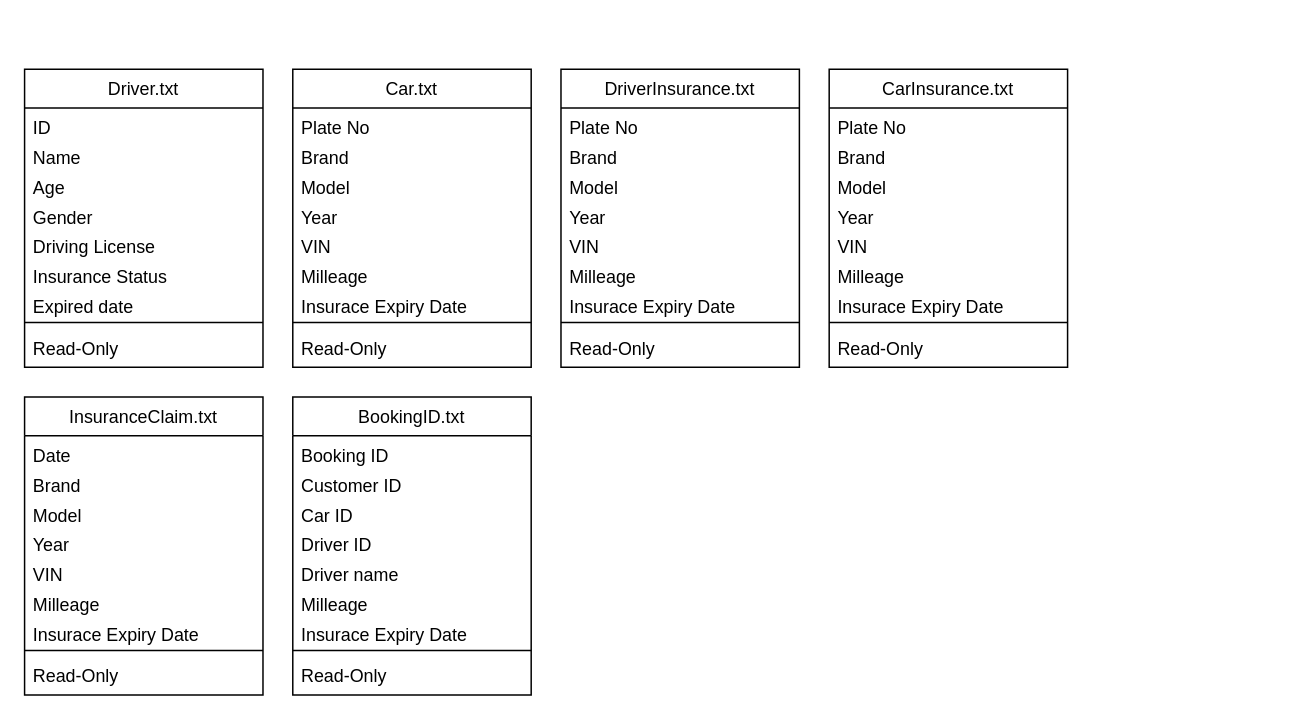
This is Capstone_Project/Untitled Diagram.drawio from Asyfulazhim/peneraju_machine_learning, a draw.io file, before an edit. Source tidied: cells renumbered, new cells numbered last; positions are measured from the earlier drawing's top-left corner, leaving out a move shared by most shapes. Both pictures are drawn from the tidied source at 149%, with x=0, y=0 at pixel (24, 69).
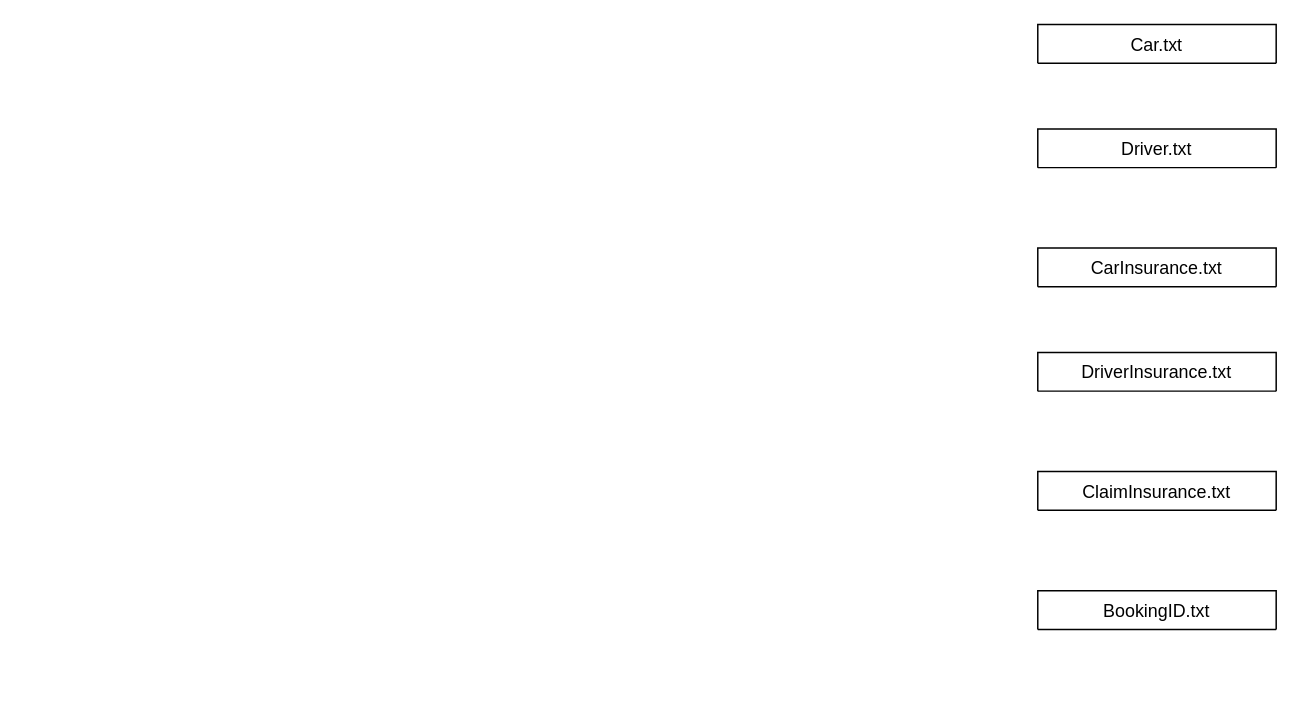
Above is the later version.

The edit, as a diff of the source:
```diff
@@
-    <mxCell id="2" value="Driver.txt" style="swimlane;fontStyle=0;align=center;verticalAlign=top;horizontal=1;startSize=26;rounded=0;shadow=0;strokeWidth=1;" parent="1" vertex="1">
-      <mxGeometry width="160" height="200" as="geometry" />
+    <mxCell id="2" value="Driver.txt" style="swimlane;fontStyle=0;align=center;verticalAlign=top;horizontal=1;startSize=26;rounded=0;shadow=0;strokeWidth=1;" parent="1" vertex="1" collapsed="1">
+      <mxGeometry x="680" y="40" width="160" height="26" as="geometry" />
     </mxCell>
-    <mxCell id="3" value="ID" style="text;align=left;verticalAlign=top;spacingLeft=4;spacingRight=4;overflow=hidden;" parent="2" vertex="1">
-      <mxGeometry y="26" width="160" height="20" as="geometry" />
-    </mxCell>
-    <mxCell id="4" value="Name" style="text;align=left;verticalAlign=top;spacingLeft=4;spacingRight=4;overflow=hidden;" parent="2" vertex="1">
-      <mxGeometry y="46" width="160" height="20" as="geometry" />
-    </mxCell>
-    <mxCell id="5" value="Age" style="text;align=left;verticalAlign=top;spacingLeft=4;spacingRight=4;overflow=hidden;" parent="2" vertex="1">
-      <mxGeometry y="66" width="160" height="20" as="geometry" />
-    </mxCell>
-    <mxCell id="6" value="Gender" style="text;align=left;verticalAlign=top;spacingLeft=4;spacingRight=4;overflow=hidden;" parent="2" vertex="1">
-      <mxGeometry y="86" width="160" height="20" as="geometry" />
-    </mxCell>
-    <mxCell id="7" value="Driving License" style="text;align=left;verticalAlign=top;spacingLeft=4;spacingRight=4;overflow=hidden;" parent="2" vertex="1">
-      <mxGeometry y="106" width="160" height="20" as="geometry" />
-    </mxCell>
-    <mxCell id="8" value="Insurance Status" style="text;align=left;verticalAlign=top;spacingLeft=4;spacingRight=4;overflow=hidden;" parent="2" vertex="1">
-      <mxGeometry y="126" width="160" height="20" as="geometry" />
-    </mxCell>
-    <mxCell id="9" value="Expired date" style="text;align=left;verticalAlign=top;spacingLeft=4;spacingRight=4;overflow=hidden;" parent="2" vertex="1">
-      <mxGeometry y="146" width="160" height="20" as="geometry" />
-    </mxCell>
-    <mxCell id="10" style="line;html=1;strokeWidth=1;align=left;verticalAlign=middle;spacingTop=-1;spacingLeft=3;spacingRight=3;labelPosition=right;" parent="2" vertex="1">
-      <mxGeometry y="166" width="160" height="8" as="geometry" />
-    </mxCell>
-    <mxCell id="11" value="Read-Only" style="text;align=left;verticalAlign=top;spacingLeft=4;spacingRight=4;overflow=hidden;" parent="2" vertex="1">
-      <mxGeometry y="174" width="160" height="16" as="geometry" />
-    </mxCell>
-    <mxCell id="12" value="Car.txt" style="swimlane;fontStyle=0;align=center;verticalAlign=top;horizontal=1;startSize=26;rounded=0;shadow=0;strokeWidth=1;" parent="1" vertex="1">
-      <mxGeometry x="180" width="160" height="200" as="geometry" />
+    <mxCell id="12" value="Car.txt" style="swimlane;fontStyle=0;align=center;verticalAlign=top;horizontal=1;startSize=26;rounded=0;shadow=0;strokeWidth=1;" parent="1" vertex="1" collapsed="1">
+      <mxGeometry x="680" y="-30" width="160" height="26" as="geometry" />
     </mxCell>
-    <mxCell id="13" value="Plate No" style="text;align=left;verticalAlign=top;spacingLeft=4;spacingRight=4;overflow=hidden;" parent="12" vertex="1">
-      <mxGeometry y="26" width="160" height="20" as="geometry" />
-    </mxCell>
-    <mxCell id="14" value="Brand" style="text;align=left;verticalAlign=top;spacingLeft=4;spacingRight=4;overflow=hidden;" parent="12" vertex="1">
-      <mxGeometry y="46" width="160" height="20" as="geometry" />
-    </mxCell>
-    <mxCell id="15" value="Model" style="text;align=left;verticalAlign=top;spacingLeft=4;spacingRight=4;overflow=hidden;" parent="12" vertex="1">
-      <mxGeometry y="66" width="160" height="20" as="geometry" />
-    </mxCell>
-    <mxCell id="16" value="Year" style="text;align=left;verticalAlign=top;spacingLeft=4;spacingRight=4;overflow=hidden;" parent="12" vertex="1">
-      <mxGeometry y="86" width="160" height="20" as="geometry" />
-    </mxCell>
-    <mxCell id="17" value="VIN" style="text;align=left;verticalAlign=top;spacingLeft=4;spacingRight=4;overflow=hidden;" parent="12" vertex="1">
-      <mxGeometry y="106" width="160" height="20" as="geometry" />
-    </mxCell>
-    <mxCell id="18" value="Milleage" style="text;align=left;verticalAlign=top;spacingLeft=4;spacingRight=4;overflow=hidden;" parent="12" vertex="1">
-      <mxGeometry y="126" width="160" height="20" as="geometry" />
-    </mxCell>
-    <mxCell id="19" value="Insurace Expiry Date" style="text;align=left;verticalAlign=top;spacingLeft=4;spacingRight=4;overflow=hidden;" parent="12" vertex="1">
-      <mxGeometry y="146" width="160" height="20" as="geometry" />
-    </mxCell>
-    <mxCell id="20" style="line;html=1;strokeWidth=1;align=left;verticalAlign=middle;spacingTop=-1;spacingLeft=3;spacingRight=3;labelPosition=right;" parent="12" vertex="1">
-      <mxGeometry y="166" width="160" height="8" as="geometry" />
-    </mxCell>
-    <mxCell id="21" value="Read-Only" style="text;align=left;verticalAlign=top;spacingLeft=4;spacingRight=4;overflow=hidden;" parent="12" vertex="1">
-      <mxGeometry y="174" width="160" height="16" as="geometry" />
-    </mxCell>
-    <mxCell id="22" value="DriverInsurance.txt" style="swimlane;fontStyle=0;align=center;verticalAlign=top;horizontal=1;startSize=26;rounded=0;shadow=0;strokeWidth=1;" parent="1" vertex="1">
-      <mxGeometry x="360" width="160" height="200" as="geometry" />
+    <mxCell id="22" value="DriverInsurance.txt" style="swimlane;fontStyle=0;align=center;verticalAlign=top;horizontal=1;startSize=26;rounded=0;shadow=0;strokeWidth=1;" parent="1" vertex="1" collapsed="1">
+      <mxGeometry x="680" y="190" width="160" height="26" as="geometry" />
     </mxCell>
-    <mxCell id="23" value="Plate No" style="text;align=left;verticalAlign=top;spacingLeft=4;spacingRight=4;overflow=hidden;" parent="22" vertex="1">
-      <mxGeometry y="26" width="160" height="20" as="geometry" />
-    </mxCell>
-    <mxCell id="24" value="Brand" style="text;align=left;verticalAlign=top;spacingLeft=4;spacingRight=4;overflow=hidden;" parent="22" vertex="1">
-      <mxGeometry y="46" width="160" height="20" as="geometry" />
-    </mxCell>
-    <mxCell id="25" value="Model" style="text;align=left;verticalAlign=top;spacingLeft=4;spacingRight=4;overflow=hidden;" parent="22" vertex="1">
-      <mxGeometry y="66" width="160" height="20" as="geometry" />
-    </mxCell>
-    <mxCell id="26" value="Year" style="text;align=left;verticalAlign=top;spacingLeft=4;spacingRight=4;overflow=hidden;" parent="22" vertex="1">
-      <mxGeometry y="86" width="160" height="20" as="geometry" />
-    </mxCell>
-    <mxCell id="27" value="VIN" style="text;align=left;verticalAlign=top;spacingLeft=4;spacingRight=4;overflow=hidden;" parent="22" vertex="1">
-      <mxGeometry y="106" width="160" height="20" as="geometry" />
-    </mxCell>
-    <mxCell id="28" value="Milleage" style="text;align=left;verticalAlign=top;spacingLeft=4;spacingRight=4;overflow=hidden;" parent="22" vertex="1">
-      <mxGeometry y="126" width="160" height="20" as="geometry" />
-    </mxCell>
-    <mxCell id="29" value="Insurace Expiry Date" style="text;align=left;verticalAlign=top;spacingLeft=4;spacingRight=4;overflow=hidden;" parent="22" vertex="1">
-      <mxGeometry y="146" width="160" height="20" as="geometry" />
-    </mxCell>
-    <mxCell id="30" style="line;html=1;strokeWidth=1;align=left;verticalAlign=middle;spacingTop=-1;spacingLeft=3;spacingRight=3;labelPosition=right;" parent="22" vertex="1">
-      <mxGeometry y="166" width="160" height="8" as="geometry" />
-    </mxCell>
-    <mxCell id="31" value="Read-Only" style="text;align=left;verticalAlign=top;spacingLeft=4;spacingRight=4;overflow=hidden;" parent="22" vertex="1">
-      <mxGeometry y="174" width="160" height="16" as="geometry" />
-    </mxCell>
-    <mxCell id="32" value="CarInsurance.txt" style="swimlane;fontStyle=0;align=center;verticalAlign=top;horizontal=1;startSize=26;rounded=0;shadow=0;strokeWidth=1;" parent="1" vertex="1">
-      <mxGeometry x="540" width="160" height="200" as="geometry" />
+    <mxCell id="32" value="CarInsurance.txt" style="swimlane;fontStyle=0;align=center;verticalAlign=top;horizontal=1;startSize=26;rounded=0;shadow=0;strokeWidth=1;" parent="1" vertex="1" collapsed="1">
+      <mxGeometry x="680" y="120" width="160" height="26" as="geometry" />
     </mxCell>
-    <mxCell id="33" value="Plate No" style="text;align=left;verticalAlign=top;spacingLeft=4;spacingRight=4;overflow=hidden;" parent="32" vertex="1">
-      <mxGeometry y="26" width="160" height="20" as="geometry" />
-    </mxCell>
-    <mxCell id="34" value="Brand" style="text;align=left;verticalAlign=top;spacingLeft=4;spacingRight=4;overflow=hidden;" parent="32" vertex="1">
-      <mxGeometry y="46" width="160" height="20" as="geometry" />
-    </mxCell>
-    <mxCell id="35" value="Model" style="text;align=left;verticalAlign=top;spacingLeft=4;spacingRight=4;overflow=hidden;" parent="32" vertex="1">
-      <mxGeometry y="66" width="160" height="20" as="geometry" />
-    </mxCell>
-    <mxCell id="36" value="Year" style="text;align=left;verticalAlign=top;spacingLeft=4;spacingRight=4;overflow=hidden;" parent="32" vertex="1">
-      <mxGeometry y="86" width="160" height="20" as="geometry" />
-    </mxCell>
-    <mxCell id="37" value="VIN" style="text;align=left;verticalAlign=top;spacingLeft=4;spacingRight=4;overflow=hidden;" parent="32" vertex="1">
-      <mxGeometry y="106" width="160" height="20" as="geometry" />
-    </mxCell>
-    <mxCell id="38" value="Milleage" style="text;align=left;verticalAlign=top;spacingLeft=4;spacingRight=4;overflow=hidden;" parent="32" vertex="1">
-      <mxGeometry y="126" width="160" height="20" as="geometry" />
-    </mxCell>
-    <mxCell id="39" value="Insurace Expiry Date" style="text;align=left;verticalAlign=top;spacingLeft=4;spacingRight=4;overflow=hidden;" parent="32" vertex="1">
-      <mxGeometry y="146" width="160" height="20" as="geometry" />
-    </mxCell>
-    <mxCell id="40" style="line;html=1;strokeWidth=1;align=left;verticalAlign=middle;spacingTop=-1;spacingLeft=3;spacingRight=3;labelPosition=right;" parent="32" vertex="1">
-      <mxGeometry y="166" width="160" height="8" as="geometry" />
-    </mxCell>
-    <mxCell id="41" value="Read-Only" style="text;align=left;verticalAlign=top;spacingLeft=4;spacingRight=4;overflow=hidden;" parent="32" vertex="1">
-      <mxGeometry y="174" width="160" height="16" as="geometry" />
-    </mxCell>
-    <mxCell id="42" value="InsuranceClaim.txt" style="swimlane;fontStyle=0;align=center;verticalAlign=top;horizontal=1;startSize=26;rounded=0;shadow=0;strokeWidth=1;" parent="1" vertex="1">
-      <mxGeometry y="220" width="160" height="200" as="geometry" />
-    </mxCell>
-    <mxCell id="43" value="Date" style="text;align=left;verticalAlign=top;spacingLeft=4;spacingRight=4;overflow=hidden;" parent="42" vertex="1">
-      <mxGeometry y="26" width="160" height="20" as="geometry" />
-    </mxCell>
-    <mxCell id="44" value="Brand" style="text;align=left;verticalAlign=top;spacingLeft=4;spacingRight=4;overflow=hidden;" parent="42" vertex="1">
-      <mxGeometry y="46" width="160" height="20" as="geometry" />
-    </mxCell>
-    <mxCell id="45" value="Model" style="text;align=left;verticalAlign=top;spacingLeft=4;spacingRight=4;overflow=hidden;" parent="42" vertex="1">
-      <mxGeometry y="66" width="160" height="20" as="geometry" />
-    </mxCell>
-    <mxCell id="46" value="Year" style="text;align=left;verticalAlign=top;spacingLeft=4;spacingRight=4;overflow=hidden;" parent="42" vertex="1">
-      <mxGeometry y="86" width="160" height="20" as="geometry" />
-    </mxCell>
-    <mxCell id="47" value="VIN" style="text;align=left;verticalAlign=top;spacingLeft=4;spacingRight=4;overflow=hidden;" parent="42" vertex="1">
-      <mxGeometry y="106" width="160" height="20" as="geometry" />
-    </mxCell>
-    <mxCell id="48" value="Milleage" style="text;align=left;verticalAlign=top;spacingLeft=4;spacingRight=4;overflow=hidden;" parent="42" vertex="1">
-      <mxGeometry y="126" width="160" height="20" as="geometry" />
-    </mxCell>
-    <mxCell id="49" value="Insurace Expiry Date" style="text;align=left;verticalAlign=top;spacingLeft=4;spacingRight=4;overflow=hidden;" parent="42" vertex="1">
-      <mxGeometry y="146" width="160" height="20" as="geometry" />
-    </mxCell>
-    <mxCell id="50" style="line;html=1;strokeWidth=1;align=left;verticalAlign=middle;spacingTop=-1;spacingLeft=3;spacingRight=3;labelPosition=right;" parent="42" vertex="1">
-      <mxGeometry y="166" width="160" height="8" as="geometry" />
-    </mxCell>
-    <mxCell id="51" value="Read-Only" style="text;align=left;verticalAlign=top;spacingLeft=4;spacingRight=4;overflow=hidden;" parent="42" vertex="1">
-      <mxGeometry y="174" width="160" height="16" as="geometry" />
-    </mxCell>
-    <mxCell id="52" value="BookingID.txt" style="swimlane;fontStyle=0;align=center;verticalAlign=top;horizontal=1;startSize=26;rounded=0;shadow=0;strokeWidth=1;" parent="1" vertex="1">
-      <mxGeometry x="180" y="220" width="160" height="200" as="geometry" />
+    <mxCell id="52" value="BookingID.txt" style="swimlane;fontStyle=0;align=center;verticalAlign=top;horizontal=1;startSize=26;rounded=0;shadow=0;strokeWidth=1;" parent="1" vertex="1" collapsed="1">
+      <mxGeometry x="680" y="350" width="160" height="26" as="geometry" />
     </mxCell>
-    <mxCell id="53" value="Booking ID" style="text;align=left;verticalAlign=top;spacingLeft=4;spacingRight=4;overflow=hidden;" parent="52" vertex="1">
-      <mxGeometry y="26" width="160" height="20" as="geometry" />
-    </mxCell>
-    <mxCell id="54" value="Customer ID" style="text;align=left;verticalAlign=top;spacingLeft=4;spacingRight=4;overflow=hidden;" parent="52" vertex="1">
-      <mxGeometry y="46" width="160" height="20" as="geometry" />
-    </mxCell>
-    <mxCell id="55" value="Car ID" style="text;align=left;verticalAlign=top;spacingLeft=4;spacingRight=4;overflow=hidden;" parent="52" vertex="1">
-      <mxGeometry y="66" width="160" height="20" as="geometry" />
-    </mxCell>
-    <mxCell id="56" value="Driver ID" style="text;align=left;verticalAlign=top;spacingLeft=4;spacingRight=4;overflow=hidden;" parent="52" vertex="1">
-      <mxGeometry y="86" width="160" height="20" as="geometry" />
-    </mxCell>
-    <mxCell id="57" value="Driver name" style="text;align=left;verticalAlign=top;spacingLeft=4;spacingRight=4;overflow=hidden;" parent="52" vertex="1">
-      <mxGeometry y="106" width="160" height="20" as="geometry" />
-    </mxCell>
-    <mxCell id="58" value="Milleage" style="text;align=left;verticalAlign=top;spacingLeft=4;spacingRight=4;overflow=hidden;" parent="52" vertex="1">
-      <mxGeometry y="126" width="160" height="20" as="geometry" />
-    </mxCell>
-    <mxCell id="59" value="Insurace Expiry Date" style="text;align=left;verticalAlign=top;spacingLeft=4;spacingRight=4;overflow=hidden;" parent="52" vertex="1">
-      <mxGeometry y="146" width="160" height="20" as="geometry" />
-    </mxCell>
-    <mxCell id="60" style="line;html=1;strokeWidth=1;align=left;verticalAlign=middle;spacingTop=-1;spacingLeft=3;spacingRight=3;labelPosition=right;" parent="52" vertex="1">
-      <mxGeometry y="166" width="160" height="8" as="geometry" />
-    </mxCell>
-    <mxCell id="61" value="Read-Only" style="text;align=left;verticalAlign=top;spacingLeft=4;spacingRight=4;overflow=hidden;" parent="52" vertex="1">
-      <mxGeometry y="174" width="160" height="16" as="geometry" />
-    </mxCell>
+    <mxCell id="62" value="ClaimInsurance.txt" style="swimlane;fontStyle=0;align=center;verticalAlign=top;horizontal=1;startSize=26;rounded=0;shadow=0;strokeWidth=1;" parent="1" vertex="1" collapsed="1">
+      <mxGeometry x="680" y="270" width="160" height="26" as="geometry" />
+    </mxCell>
```
